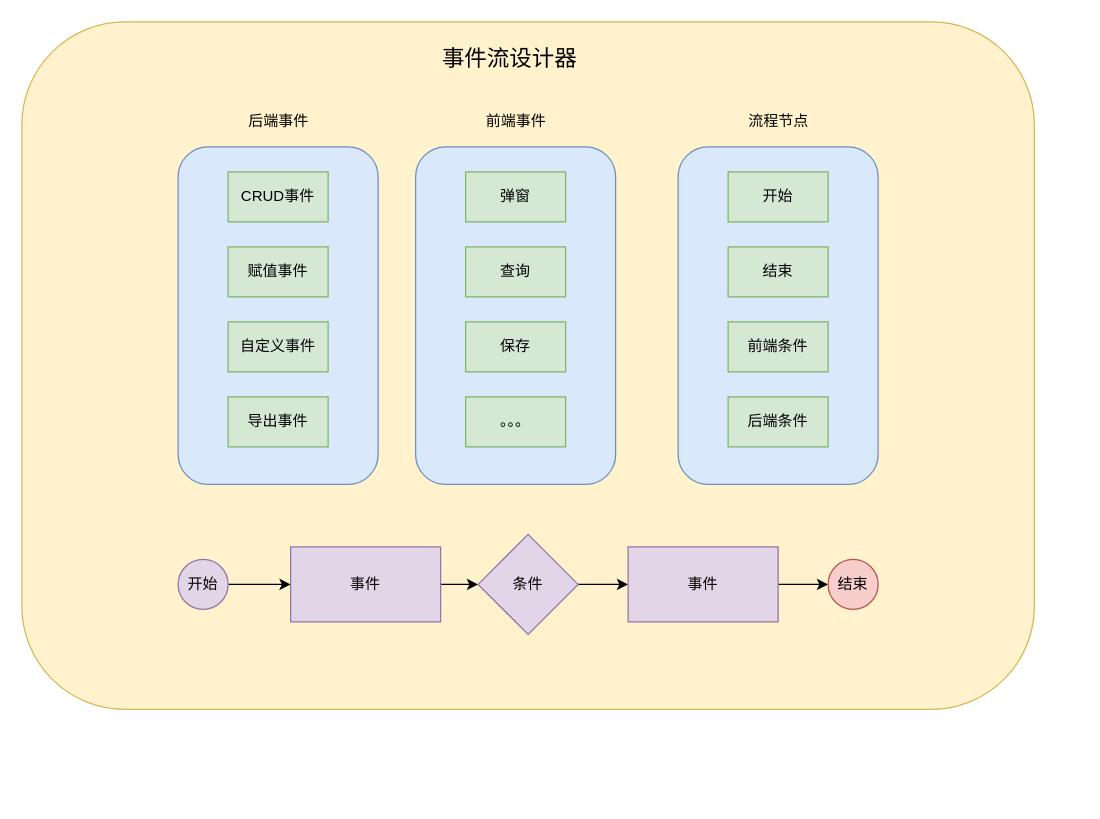
This is page "事件流设计器" (1 of 2) of eventEngine.drawio from eru97/draw-io, a draw.io file, before an edit. Source tidied: cells renumbered, new cells numbered last; positions are measured from the earlier drawing's top-left corner, leaving out a move shared by most shapes. Both pictures are drawn from the tidied source at 125%, with x=0, y=0 at pixel (21, 21).
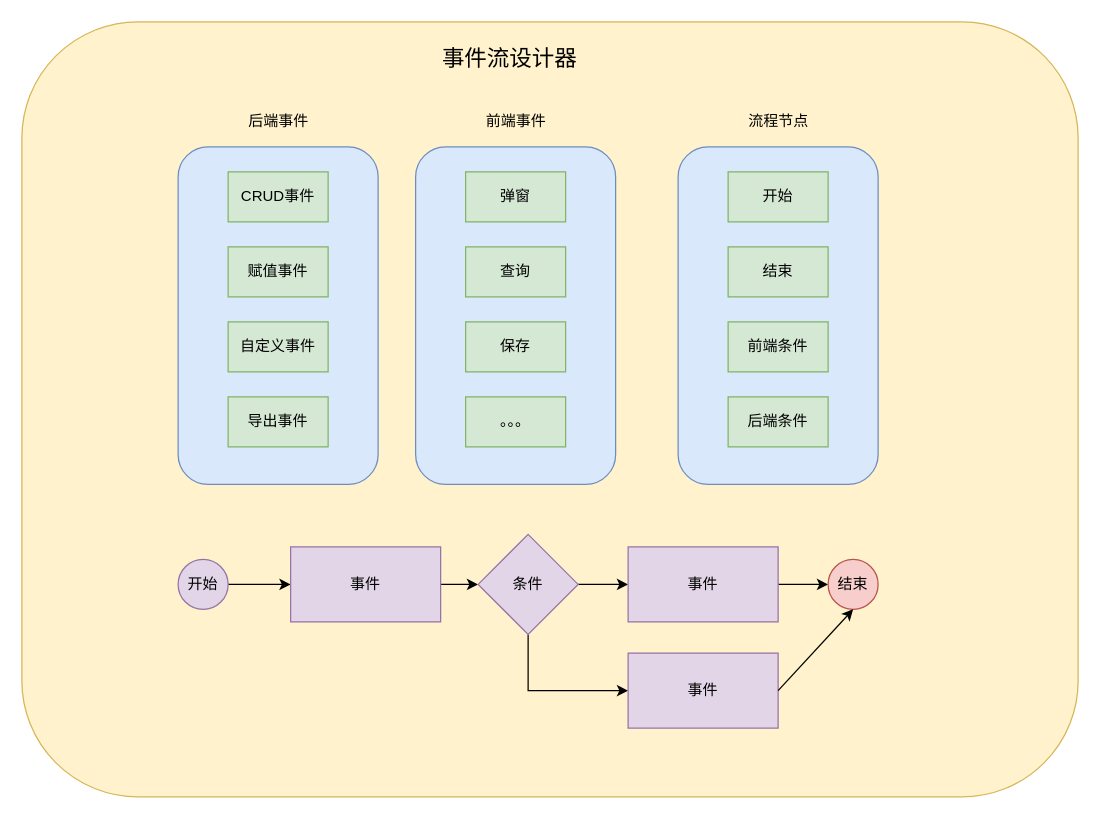
The same page after the edit.

Unchanged cells that the change refers to:
```xml
<mxCell id="27" value="条件" style="rhombus;whiteSpace=wrap;html=1;fillColor=#e1d5e7;strokeColor=#9673a6;" parent="1" vertex="1">
  <mxGeometry x="365" y="410" width="80" height="80" as="geometry" />
</mxCell>
<mxCell id="30" value="结束" style="ellipse;whiteSpace=wrap;html=1;fillColor=#f8cecc;strokeColor=#b85450;" parent="1" vertex="1">
  <mxGeometry x="645" y="430" width="40" height="40" as="geometry" />
</mxCell>
```

Diff of the diagram source:
```diff
@@
     <mxCell id="2" style="rounded=1;whiteSpace=wrap;html=1;fillColor=#fff2cc;strokeColor=#d6b656;" parent="1" vertex="1">
-      <mxGeometry width="810" height="550" as="geometry" />
+      <mxGeometry width="845" height="620" as="geometry" />
     </mxCell>
@@
+    <mxCell id="31" style="edgeStyle=orthogonalEdgeStyle;rounded=0;jettySize=auto;html=1;exitX=0.5;exitY=1;exitDx=0;exitDy=0;entryX=0;entryY=0.5;entryDx=0;entryDy=0;" parent="1" edge="1" source="27" target="32">
+      <mxGeometry relative="1" as="geometry" />
+    </mxCell>
@@
+    <mxCell id="32" value="事件" style="whiteSpace=wrap;html=1;fillColor=#e1d5e7;strokeColor=#9673a6;" parent="1" vertex="1">
+      <mxGeometry x="485" y="505" width="120" height="60" as="geometry" />
+    </mxCell>
+    <mxCell id="33" style="endArrow=classic;html=1;exitX=1;exitY=0.5;exitDx=0;exitDy=0;entryX=0.5;entryY=1;entryDx=0;entryDy=0;" parent="1" edge="1" source="32" target="30">
+      <mxGeometry relative="1" as="geometry" />
+    </mxCell>
```
